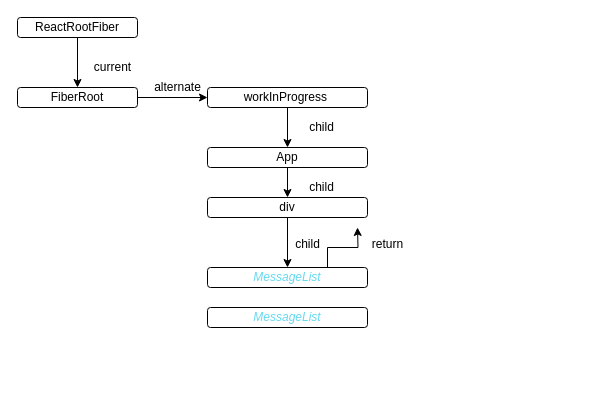
Above: src/Untitled Diagram.drawio in yiqing168/yq-cli (draw.io), before the change. Source tidied: cells renumbered, new cells numbered last; positions are measured from the earlier drawing's top-left corner, leaving out a move shared by most shapes. Both pictures are drawn from the tidied source at 100%, with x=0, y=0 at pixel (17, 17).
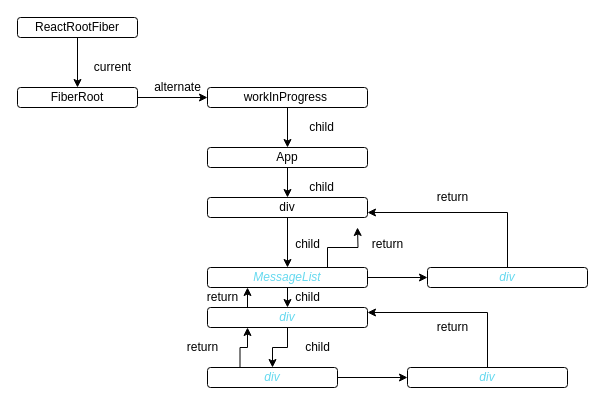
Above is the later version.

The change refers to these unchanged cells:
```xml
<mxCell id="13" value="div" style="rounded=1;whiteSpace=wrap;html=1;" parent="1" vertex="1">
  <mxGeometry x="190" y="180" width="160" height="20" as="geometry" />
</mxCell>
<mxCell id="15" value="&lt;font color=&quot;#66d9ef&quot;&gt;&lt;i&gt;MessageList&lt;/i&gt;&lt;/font&gt;" style="rounded=1;whiteSpace=wrap;html=1;" parent="1" vertex="1">
  <mxGeometry x="190" y="250" width="160" height="20" as="geometry" />
</mxCell>
```

Diff of the diagram source:
```diff
@@
+    <mxCell id="21" style="edgeStyle=orthogonalEdgeStyle;rounded=0;jettySize=auto;html=1;exitX=0.5;exitY=1;exitDx=0;exitDy=0;entryX=0.5;entryY=0;entryDx=0;entryDy=0;" parent="1" edge="1" source="15" target="20">
+      <mxGeometry relative="1" as="geometry" />
+    </mxCell>
+    <mxCell id="22" style="edgeStyle=orthogonalEdgeStyle;rounded=0;jettySize=auto;html=1;entryX=0;entryY=0.5;entryDx=0;entryDy=0;" parent="1" edge="1" source="15" target="26">
+      <mxGeometry relative="1" as="geometry" />
+    </mxCell>
@@
+    <mxCell id="23" style="edgeStyle=orthogonalEdgeStyle;rounded=0;jettySize=auto;html=1;exitX=0.5;exitY=1;exitDx=0;exitDy=0;entryX=0.5;entryY=0;entryDx=0;entryDy=0;" parent="1" edge="1" source="20" target="29">
+      <mxGeometry relative="1" as="geometry" />
+    </mxCell>
+    <mxCell id="24" style="edgeStyle=orthogonalEdgeStyle;rounded=0;jettySize=auto;html=1;exitX=0.25;exitY=0;exitDx=0;exitDy=0;entryX=0.25;entryY=1;entryDx=0;entryDy=0;" parent="1" edge="1" source="20" target="15">
+      <mxGeometry relative="1" as="geometry" />
+    </mxCell>
-    <mxCell id="20" value="&lt;font color=&quot;#66d9ef&quot;&gt;&lt;i&gt;MessageList&lt;/i&gt;&lt;/font&gt;" style="rounded=1;whiteSpace=wrap;html=1;" parent="1" vertex="1">
+    <mxCell id="20" value="&lt;font color=&quot;#66d9ef&quot;&gt;&lt;i&gt;div&lt;/i&gt;&lt;/font&gt;" style="rounded=1;whiteSpace=wrap;html=1;" parent="1" vertex="1">
       <mxGeometry x="190" y="290" width="160" height="20" as="geometry" />
     </mxCell>
+    <mxCell id="25" style="edgeStyle=orthogonalEdgeStyle;rounded=0;jettySize=auto;html=1;exitX=0.5;exitY=0;exitDx=0;exitDy=0;entryX=1;entryY=0.75;entryDx=0;entryDy=0;" parent="1" edge="1" source="26" target="13">
+      <mxGeometry relative="1" as="geometry" />
+    </mxCell>
+    <mxCell id="26" value="&lt;font color=&quot;#66d9ef&quot;&gt;&lt;i&gt;div&lt;/i&gt;&lt;/font&gt;" style="rounded=1;whiteSpace=wrap;html=1;" parent="1" vertex="1">
+      <mxGeometry x="410" y="250" width="160" height="20" as="geometry" />
+    </mxCell>
+    <mxCell id="27" style="edgeStyle=orthogonalEdgeStyle;rounded=0;jettySize=auto;html=1;entryX=0;entryY=0.5;entryDx=0;entryDy=0;" parent="1" edge="1" source="29" target="31">
+      <mxGeometry relative="1" as="geometry" />
+    </mxCell>
+    <mxCell id="28" style="edgeStyle=orthogonalEdgeStyle;rounded=0;jettySize=auto;html=1;exitX=0.25;exitY=0;exitDx=0;exitDy=0;entryX=0.25;entryY=1;entryDx=0;entryDy=0;" parent="1" edge="1" source="29" target="20">
+      <mxGeometry relative="1" as="geometry" />
+    </mxCell>
+    <mxCell id="29" value="&lt;font color=&quot;#66d9ef&quot;&gt;&lt;i&gt;div&lt;/i&gt;&lt;/font&gt;" style="rounded=1;whiteSpace=wrap;html=1;" parent="1" vertex="1">
+      <mxGeometry x="190" y="350" width="130" height="20" as="geometry" />
+    </mxCell>
+    <mxCell id="30" style="edgeStyle=orthogonalEdgeStyle;rounded=0;jettySize=auto;html=1;exitX=0.5;exitY=0;exitDx=0;exitDy=0;entryX=1;entryY=0.25;entryDx=0;entryDy=0;" parent="1" edge="1" source="31" target="20">
+      <mxGeometry relative="1" as="geometry" />
+    </mxCell>
+    <mxCell id="31" value="&lt;font color=&quot;#66d9ef&quot;&gt;&lt;i&gt;div&lt;/i&gt;&lt;/font&gt;" style="rounded=1;whiteSpace=wrap;html=1;" parent="1" vertex="1">
+      <mxGeometry x="390" y="350" width="160" height="20" as="geometry" />
+    </mxCell>
+    <mxCell id="32" value="child" style="text;html=1;align=center;verticalAlign=middle;strokeColor=none;fillColor=none;" parent="1" vertex="1">
+      <mxGeometry x="270" y="270" width="40" height="20" as="geometry" />
+    </mxCell>
+    <mxCell id="33" value="child" style="text;html=1;align=center;verticalAlign=middle;strokeColor=none;fillColor=none;" parent="1" vertex="1">
+      <mxGeometry x="280" y="320" width="40" height="20" as="geometry" />
+    </mxCell>
+    <mxCell id="34" value="return" style="text;html=1;align=center;verticalAlign=middle;strokeColor=none;fillColor=none;" parent="1" vertex="1">
+      <mxGeometry x="180" y="270" width="50" height="20" as="geometry" />
+    </mxCell>
+    <mxCell id="35" value="return" style="text;html=1;align=center;verticalAlign=middle;strokeColor=none;fillColor=none;" parent="1" vertex="1">
+      <mxGeometry x="160" y="320" width="50" height="20" as="geometry" />
+    </mxCell>
+    <mxCell id="36" value="return" style="text;html=1;align=center;verticalAlign=middle;strokeColor=none;fillColor=none;" parent="1" vertex="1">
+      <mxGeometry x="410" y="170" width="50" height="20" as="geometry" />
+    </mxCell>
+    <mxCell id="37" value="return" style="text;html=1;align=center;verticalAlign=middle;strokeColor=none;fillColor=none;" parent="1" vertex="1">
+      <mxGeometry x="410" y="300" width="50" height="20" as="geometry" />
+    </mxCell>
```
